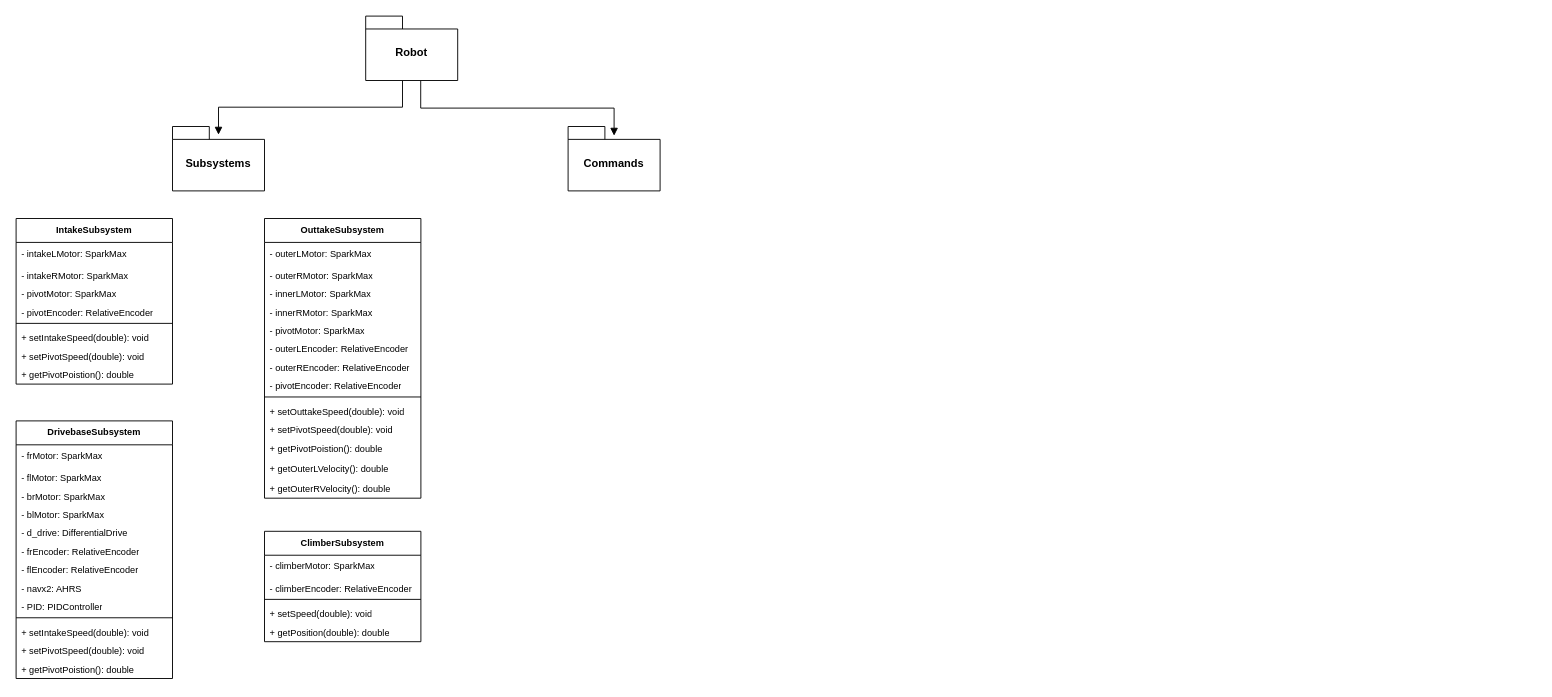
This is UML.drawio from lionbots/frc-2025, a draw.io file, before an edit. Source tidied: cells renumbered, new cells numbered last; positions are measured from the earlier drawing's top-left corner, leaving out a move shared by most shapes. Both pictures are drawn from the tidied source at 92%, with x=0, y=0 at pixel (16, 16).
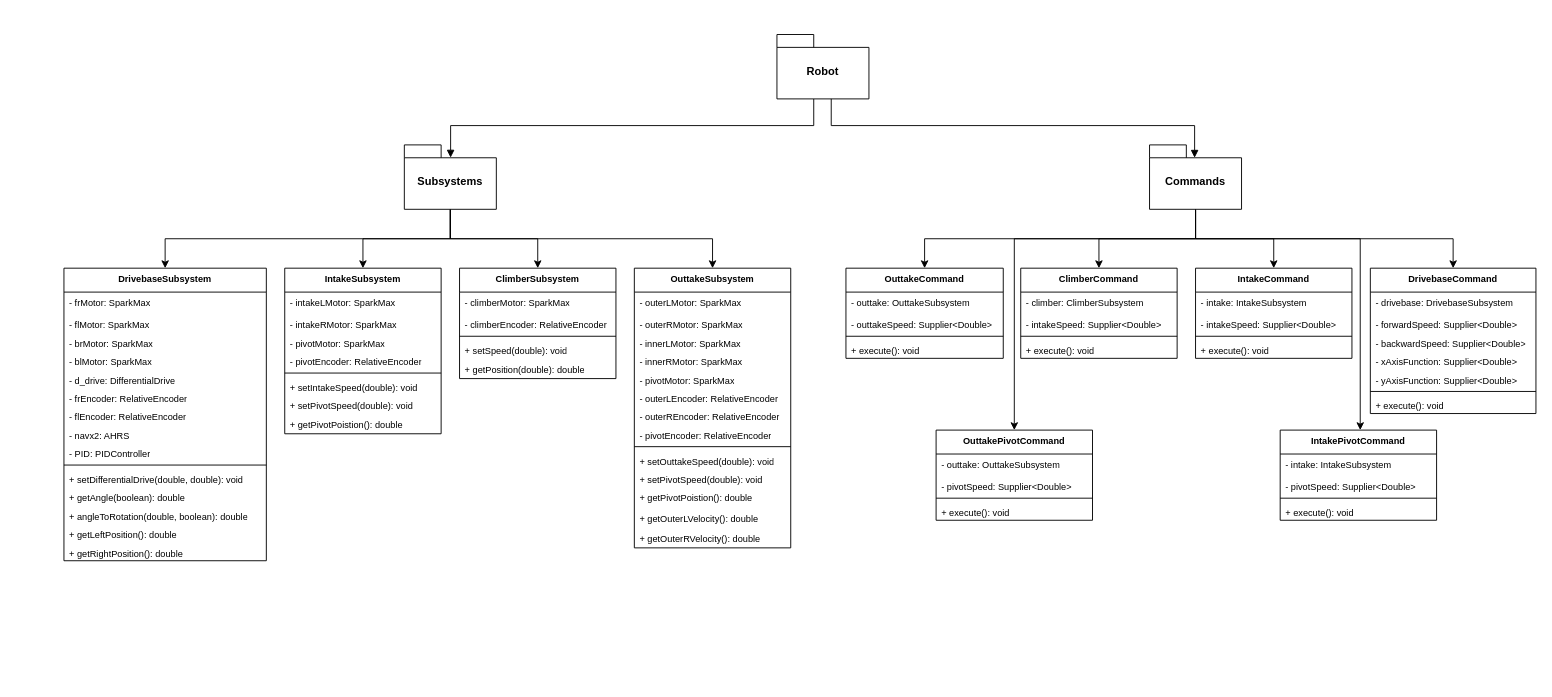
Above is the later version.

Commit message:
Update UML with lots of stuff

Diff of the diagram source:
```diff
@@
-    <mxCell id="2" style="endArrow=block;endFill=1;html=1;edgeStyle=orthogonalEdgeStyle;align=left;verticalAlign=top;rounded=0;exitX=0.623;exitY=1.002;exitDx=0;exitDy=0;exitPerimeter=0;" parent="1" edge="1">
-      <mxGeometry x="-1" relative="1" as="geometry">
-        <mxPoint x="439.8" y="70.1" as="sourcePoint" />
-        <mxPoint x="650" y="130" as="targetPoint" />
-        <Array as="points">
-          <mxPoint x="440" y="100" />
-          <mxPoint x="650" y="100" />
-          <mxPoint x="650" y="130" />
-        </Array>
-      </mxGeometry>
-    </mxCell>
-    <mxCell id="3" style="endArrow=block;endFill=1;html=1;edgeStyle=orthogonalEdgeStyle;align=left;verticalAlign=top;rounded=0;" parent="1" edge="1">
+    <mxCell id="3" style="endArrow=block;endFill=1;html=1;edgeStyle=orthogonalEdgeStyle;align=left;verticalAlign=top;rounded=0;entryX=0.503;entryY=0.198;entryDx=0;entryDy=0;entryPerimeter=0;" parent="1" edge="1" target="4">
       <mxGeometry x="-1" relative="1" as="geometry">
-        <mxPoint x="420" y="70" as="sourcePoint" />
-        <mxPoint x="220" y="128.9" as="targetPoint" />
+        <mxPoint x="867" y="90" as="sourcePoint" />
         <Array as="points">
-          <mxPoint x="420" y="70" />
-          <mxPoint x="420" y="99" />
-          <mxPoint x="220" y="99" />
+          <mxPoint x="867" y="119" />
+          <mxPoint x="472" y="119" />
         </Array>
       </mxGeometry>
     </mxCell>
+    <mxCell id="51" style="edgeStyle=orthogonalEdgeStyle;rounded=0;jettySize=auto;html=1;exitX=0.5;exitY=1;exitDx=0;exitDy=0;exitPerimeter=0;" parent="1" edge="1" source="4" target="37">
+      <mxGeometry relative="1" as="geometry" />
+    </mxCell>
+    <mxCell id="52" style="edgeStyle=orthogonalEdgeStyle;rounded=0;jettySize=auto;html=1;entryX=0.5;entryY=0;entryDx=0;entryDy=0;" parent="1" edge="1" source="4" target="5">
+      <mxGeometry relative="1" as="geometry" />
+    </mxCell>
+    <mxCell id="53" style="edgeStyle=orthogonalEdgeStyle;rounded=0;jettySize=auto;html=1;entryX=0.5;entryY=0;entryDx=0;entryDy=0;" parent="1" edge="1" source="4" target="31">
+      <mxGeometry relative="1" as="geometry" />
+    </mxCell>
+    <mxCell id="54" style="edgeStyle=orthogonalEdgeStyle;rounded=0;jettySize=auto;html=1;exitX=0.5;exitY=1;exitDx=0;exitDy=0;exitPerimeter=0;" parent="1" edge="1" source="4" target="16">
+      <mxGeometry relative="1" as="geometry" />
+    </mxCell>
     <mxCell id="4" value="Subsystems" style="shape=folder;fontStyle=1;spacingTop=10;tabWidth=40;tabHeight=14;tabPosition=left;html=1;whiteSpace=wrap;" parent="1" vertex="1">
-      <mxGeometry x="170" y="120" width="100" height="70" as="geometry" />
+      <mxGeometry x="422" y="140" width="100" height="70" as="geometry" />
     </mxCell>
     <mxCell id="5" value="IntakeSubsystem" style="swimlane;fontStyle=1;align=center;verticalAlign=top;horizontal=1;startSize=26;whiteSpace=wrap;html=1;fontSize=10;" parent="1" vertex="1">
-      <mxGeometry y="220" width="170" height="180" as="geometry" />
+      <mxGeometry x="292" y="274" width="170" height="180" as="geometry" />
     </mxCell>
@@
+    <mxCell id="55" style="edgeStyle=orthogonalEdgeStyle;rounded=0;jettySize=auto;html=1;entryX=0.5;entryY=0;entryDx=0;entryDy=0;exitX=0.5;exitY=1;exitDx=0;exitDy=0;exitPerimeter=0;" parent="1" edge="1" source="14" target="65">
+      <mxGeometry relative="1" as="geometry" />
+    </mxCell>
+    <mxCell id="56" style="edgeStyle=orthogonalEdgeStyle;rounded=0;jettySize=auto;html=1;" parent="1" edge="1" source="14" target="71">
+      <mxGeometry relative="1" as="geometry" />
+    </mxCell>
+    <mxCell id="57" style="edgeStyle=orthogonalEdgeStyle;rounded=0;jettySize=auto;html=1;" parent="1" edge="1" source="14" target="76">
+      <mxGeometry relative="1" as="geometry" />
+    </mxCell>
+    <mxCell id="58" style="edgeStyle=orthogonalEdgeStyle;rounded=0;jettySize=auto;html=1;entryX=0.5;entryY=0;entryDx=0;entryDy=0;exitX=0.5;exitY=1;exitDx=0;exitDy=0;exitPerimeter=0;" parent="1" edge="1" source="14" target="81">
+      <mxGeometry relative="1" as="geometry" />
+    </mxCell>
+    <mxCell id="59" style="edgeStyle=orthogonalEdgeStyle;rounded=0;jettySize=auto;html=1;entryX=0.5;entryY=0;entryDx=0;entryDy=0;exitX=0.5;exitY=1;exitDx=0;exitDy=0;exitPerimeter=0;" parent="1" edge="1" target="89">
+      <mxGeometry relative="1" as="geometry">
+        <mxPoint x="1282" y="212" as="sourcePoint" />
+        <Array as="points">
+          <mxPoint x="1282" y="242" />
+          <mxPoint x="1085" y="242" />
+        </Array>
+      </mxGeometry>
+    </mxCell>
+    <mxCell id="60" style="edgeStyle=orthogonalEdgeStyle;rounded=0;jettySize=auto;html=1;exitX=0.5;exitY=1;exitDx=0;exitDy=0;exitPerimeter=0;" parent="1" edge="1" source="14">
+      <mxGeometry relative="1" as="geometry">
+        <mxPoint x="1461" y="450" as="targetPoint" />
+        <Array as="points">
+          <mxPoint x="1282" y="242" />
+          <mxPoint x="1461" y="242" />
+        </Array>
+      </mxGeometry>
+    </mxCell>
     <mxCell id="14" value="Commands" style="shape=folder;fontStyle=1;spacingTop=10;tabWidth=40;tabHeight=14;tabPosition=left;html=1;whiteSpace=wrap;" parent="1" vertex="1">
-      <mxGeometry x="600" y="120" width="100" height="70" as="geometry" />
+      <mxGeometry x="1232" y="140" width="100" height="70" as="geometry" />
     </mxCell>
     <mxCell id="15" value="Robot" style="shape=folder;fontStyle=1;spacingTop=10;tabWidth=40;tabHeight=14;tabPosition=left;html=1;whiteSpace=wrap;" parent="1" vertex="1">
-      <mxGeometry x="380" width="100" height="70" as="geometry" />
+      <mxGeometry x="827" y="20" width="100" height="70" as="geometry" />
     </mxCell>
     <mxCell id="16" value="OuttakeSubsystem" style="swimlane;fontStyle=1;align=center;verticalAlign=top;horizontal=1;startSize=26;whiteSpace=wrap;html=1;fontSize=10;" parent="1" vertex="1">
-      <mxGeometry x="270" y="220" width="170" height="304" as="geometry" />
+      <mxGeometry x="672" y="274" width="170" height="304" as="geometry" />
     </mxCell>
@@
     <mxCell id="31" value="ClimberSubsystem" style="swimlane;fontStyle=1;align=center;verticalAlign=top;horizontal=1;startSize=26;whiteSpace=wrap;html=1;fontSize=10;" parent="1" vertex="1">
-      <mxGeometry x="270" y="560" width="170" height="120" as="geometry" />
+      <mxGeometry x="482" y="274" width="170" height="120" as="geometry" />
     </mxCell>
@@
     <mxCell id="37" value="DrivebaseSubsystem" style="swimlane;fontStyle=1;align=center;verticalAlign=top;horizontal=1;startSize=26;whiteSpace=wrap;html=1;fontSize=10;" parent="1" vertex="1">
-      <mxGeometry y="440" width="170" height="280" as="geometry" />
+      <mxGeometry x="52" y="274" width="220" height="318" as="geometry" />
     </mxCell>
     <mxCell id="38" value="- frMotor: SparkMax" style="text;strokeColor=none;fillColor=none;align=left;verticalAlign=top;spacingLeft=4;spacingRight=4;overflow=hidden;whiteSpace=wrap;html=1;fontSize=10;" parent="37" vertex="1">
-      <mxGeometry y="26" width="170" height="24" as="geometry" />
+      <mxGeometry y="26" width="220" height="24" as="geometry" />
     </mxCell>
     <mxCell id="39" value="- flMotor: SparkMax" style="text;strokeColor=none;fillColor=none;align=left;verticalAlign=top;spacingLeft=4;spacingRight=4;overflow=hidden;whiteSpace=wrap;html=1;fontSize=10;" parent="37" vertex="1">
-      <mxGeometry y="50" width="170" height="20" as="geometry" />
+      <mxGeometry y="50" width="220" height="20" as="geometry" />
     </mxCell>
     <mxCell id="40" value="- brMotor: SparkMax" style="text;strokeColor=none;fillColor=none;align=left;verticalAlign=top;spacingLeft=4;spacingRight=4;overflow=hidden;whiteSpace=wrap;html=1;fontSize=10;" parent="37" vertex="1">
-      <mxGeometry y="70" width="170" height="20" as="geometry" />
+      <mxGeometry y="70" width="220" height="20" as="geometry" />
     </mxCell>
     <mxCell id="41" value="- blMotor: SparkMax" style="text;strokeColor=none;fillColor=none;align=left;verticalAlign=top;spacingLeft=4;spacingRight=4;overflow=hidden;whiteSpace=wrap;html=1;fontSize=10;" parent="37" vertex="1">
-      <mxGeometry y="90" width="170" height="20" as="geometry" />
+      <mxGeometry y="90" width="220" height="20" as="geometry" />
     </mxCell>
     <mxCell id="42" value="- d_drive: DifferentialDrive" style="text;strokeColor=none;fillColor=none;align=left;verticalAlign=top;spacingLeft=4;spacingRight=4;overflow=hidden;whiteSpace=wrap;html=1;fontSize=10;" parent="37" vertex="1">
-      <mxGeometry y="110" width="170" height="20" as="geometry" />
+      <mxGeometry y="110" width="220" height="20" as="geometry" />
     </mxCell>
     <mxCell id="43" value="- frEncoder: RelativeEncoder" style="text;strokeColor=none;fillColor=none;align=left;verticalAlign=top;spacingLeft=4;spacingRight=4;overflow=hidden;whiteSpace=wrap;html=1;fontSize=10;" parent="37" vertex="1">
-      <mxGeometry y="130" width="170" height="20" as="geometry" />
+      <mxGeometry y="130" width="220" height="20" as="geometry" />
     </mxCell>
     <mxCell id="44" value="- flEncoder: RelativeEncoder" style="text;strokeColor=none;fillColor=none;align=left;verticalAlign=top;spacingLeft=4;spacingRight=4;overflow=hidden;whiteSpace=wrap;html=1;fontSize=10;" parent="37" vertex="1">
-      <mxGeometry y="150" width="170" height="20" as="geometry" />
+      <mxGeometry y="150" width="220" height="20" as="geometry" />
     </mxCell>
     <mxCell id="45" value="- navx2: AHRS" style="text;strokeColor=none;fillColor=none;align=left;verticalAlign=top;spacingLeft=4;spacingRight=4;overflow=hidden;whiteSpace=wrap;html=1;fontSize=10;" parent="37" vertex="1">
-      <mxGeometry y="170" width="170" height="20" as="geometry" />
+      <mxGeometry y="170" width="220" height="20" as="geometry" />
     </mxCell>
     <mxCell id="46" value="- PID: PIDController" style="text;strokeColor=none;fillColor=none;align=left;verticalAlign=top;spacingLeft=4;spacingRight=4;overflow=hidden;whiteSpace=wrap;html=1;fontSize=10;" parent="37" vertex="1">
-      <mxGeometry y="190" width="170" height="20" as="geometry" />
+      <mxGeometry y="190" width="220" height="20" as="geometry" />
     </mxCell>
     <mxCell id="47" style="line;strokeWidth=1;fillColor=none;align=left;verticalAlign=middle;spacingTop=-1;spacingLeft=3;spacingRight=3;labelPosition=right;strokeColor=inherit;" parent="37" vertex="1">
-      <mxGeometry y="210" width="170" height="8" as="geometry" />
+      <mxGeometry y="210" width="220" height="8" as="geometry" />
     </mxCell>
-    <mxCell id="48" value="+ setIntakeSpeed(double): void" style="text;strokeColor=none;fillColor=none;align=left;verticalAlign=top;spacingLeft=4;spacingRight=4;overflow=hidden;whiteSpace=wrap;html=1;fontSize=10;" parent="37" vertex="1">
-      <mxGeometry y="218" width="170" height="20" as="geometry" />
-    </mxCell>
+    <mxCell id="61" value="+ setDifferentialDrive(double, double): void&lt;div&gt;&lt;br&gt;&lt;/div&gt;" style="text;strokeColor=none;fillColor=none;align=left;verticalAlign=top;spacingLeft=4;spacingRight=4;overflow=hidden;whiteSpace=wrap;html=1;fontSize=10;" parent="37" vertex="1">
+      <mxGeometry y="218" width="220" height="20" as="geometry" />
+    </mxCell>
+    <mxCell id="62" value="+ getAngle(boolean): double&lt;div&gt;&lt;br&gt;&lt;/div&gt;" style="text;strokeColor=none;fillColor=none;align=left;verticalAlign=top;spacingLeft=4;spacingRight=4;overflow=hidden;whiteSpace=wrap;html=1;fontSize=10;" parent="37" vertex="1">
+      <mxGeometry y="238" width="220" height="20" as="geometry" />
+    </mxCell>
+    <mxCell id="63" value="&lt;div&gt;+ angleToRotation(double, boolean): double&lt;/div&gt;" style="text;strokeColor=none;fillColor=none;align=left;verticalAlign=top;spacingLeft=4;spacingRight=4;overflow=hidden;whiteSpace=wrap;html=1;fontSize=10;" parent="37" vertex="1">
+      <mxGeometry y="258" width="220" height="20" as="geometry" />
+    </mxCell>
+    <mxCell id="64" value="&lt;div&gt;+ getLeftPosition(): double&lt;/div&gt;" style="text;strokeColor=none;fillColor=none;align=left;verticalAlign=top;spacingLeft=4;spacingRight=4;overflow=hidden;whiteSpace=wrap;html=1;fontSize=10;" parent="37" vertex="1">
+      <mxGeometry y="278" width="220" height="20" as="geometry" />
+    </mxCell>
-    <mxCell id="49" value="+ setPivotSpeed(double): void" style="text;strokeColor=none;fillColor=none;align=left;verticalAlign=top;spacingLeft=4;spacingRight=4;overflow=hidden;whiteSpace=wrap;html=1;fontSize=10;" parent="37" vertex="1">
-      <mxGeometry y="238" width="170" height="20" as="geometry" />
+    <mxCell id="49" value="&lt;div&gt;+ getRightPosition(): double&lt;/div&gt;" style="text;strokeColor=none;fillColor=none;align=left;verticalAlign=top;spacingLeft=4;spacingRight=4;overflow=hidden;whiteSpace=wrap;html=1;fontSize=10;" parent="37" vertex="1">
+      <mxGeometry y="298" width="220" height="20" as="geometry" />
     </mxCell>
-    <mxCell id="50" value="+ getPivotPoistion(): double" style="text;strokeColor=none;fillColor=none;align=left;verticalAlign=top;spacingLeft=4;spacingRight=4;overflow=hidden;whiteSpace=wrap;html=1;fontSize=10;" parent="37" vertex="1">
-      <mxGeometry y="258" width="170" height="22" as="geometry" />
-    </mxCell>
+    <mxCell id="65" value="OuttakeCommand" style="swimlane;fontStyle=1;align=center;verticalAlign=top;horizontal=1;startSize=26;whiteSpace=wrap;html=1;fontSize=10;" parent="1" vertex="1">
+      <mxGeometry x="902" y="274" width="171" height="98" as="geometry" />
+    </mxCell>
+    <mxCell id="66" value="- outtake: OuttakeSubsystem" style="text;strokeColor=none;fillColor=none;align=left;verticalAlign=top;spacingLeft=4;spacingRight=4;overflow=hidden;whiteSpace=wrap;html=1;fontSize=10;" parent="65" vertex="1">
+      <mxGeometry y="26" width="171" height="24" as="geometry" />
+    </mxCell>
+    <mxCell id="67" value="- outtakeSpeed: Supplier&amp;lt;Double&amp;gt;" style="text;strokeColor=none;fillColor=none;align=left;verticalAlign=top;spacingLeft=4;spacingRight=4;overflow=hidden;whiteSpace=wrap;html=1;fontSize=10;" parent="65" vertex="1">
+      <mxGeometry y="50" width="171" height="20" as="geometry" />
+    </mxCell>
+    <mxCell id="68" style="line;strokeWidth=1;fillColor=none;align=left;verticalAlign=middle;spacingTop=-1;spacingLeft=3;spacingRight=3;labelPosition=right;strokeColor=inherit;" parent="65" vertex="1">
+      <mxGeometry y="70" width="171" height="8" as="geometry" />
+    </mxCell>
+    <mxCell id="69" value="+ execute(): void" style="text;strokeColor=none;fillColor=none;align=left;verticalAlign=top;spacingLeft=4;spacingRight=4;overflow=hidden;whiteSpace=wrap;html=1;fontSize=10;" parent="65" vertex="1">
+      <mxGeometry y="78" width="171" height="20" as="geometry" />
+    </mxCell>
+    <mxCell id="70" style="endArrow=block;endFill=1;html=1;edgeStyle=orthogonalEdgeStyle;align=left;verticalAlign=top;rounded=0;entryX=0.503;entryY=0.198;entryDx=0;entryDy=0;entryPerimeter=0;" parent="1" edge="1">
+      <mxGeometry x="-1" relative="1" as="geometry">
+        <mxPoint x="886" y="90" as="sourcePoint" />
+        <mxPoint x="1281" y="154" as="targetPoint" />
+        <Array as="points">
+          <mxPoint x="886" y="119" />
+          <mxPoint x="1281" y="119" />
+        </Array>
+      </mxGeometry>
+    </mxCell>
+    <mxCell id="71" value="ClimberCommand" style="swimlane;fontStyle=1;align=center;verticalAlign=top;horizontal=1;startSize=26;whiteSpace=wrap;html=1;fontSize=10;" parent="1" vertex="1">
+      <mxGeometry x="1092" y="274" width="170" height="98" as="geometry" />
+    </mxCell>
+    <mxCell id="72" value="- climber: ClimberSubsystem" style="text;strokeColor=none;fillColor=none;align=left;verticalAlign=top;spacingLeft=4;spacingRight=4;overflow=hidden;whiteSpace=wrap;html=1;fontSize=10;" parent="71" vertex="1">
+      <mxGeometry y="26" width="170" height="24" as="geometry" />
+    </mxCell>
+    <mxCell id="73" value="- intakeSpeed: Supplier&amp;lt;Double&amp;gt;" style="text;strokeColor=none;fillColor=none;align=left;verticalAlign=top;spacingLeft=4;spacingRight=4;overflow=hidden;whiteSpace=wrap;html=1;fontSize=10;" parent="71" vertex="1">
+      <mxGeometry y="50" width="170" height="20" as="geometry" />
+    </mxCell>
+    <mxCell id="74" style="line;strokeWidth=1;fillColor=none;align=left;verticalAlign=middle;spacingTop=-1;spacingLeft=3;spacingRight=3;labelPosition=right;strokeColor=inherit;" parent="71" vertex="1">
+      <mxGeometry y="70" width="170" height="8" as="geometry" />
+    </mxCell>
+    <mxCell id="75" value="+ execute(): void" style="text;strokeColor=none;fillColor=none;align=left;verticalAlign=top;spacingLeft=4;spacingRight=4;overflow=hidden;whiteSpace=wrap;html=1;fontSize=10;" parent="71" vertex="1">
+      <mxGeometry y="78" width="170" height="20" as="geometry" />
+    </mxCell>
+    <mxCell id="76" value="IntakeCommand" style="swimlane;fontStyle=1;align=center;verticalAlign=top;horizontal=1;startSize=26;whiteSpace=wrap;html=1;fontSize=10;" parent="1" vertex="1">
+      <mxGeometry x="1282" y="274" width="170" height="98" as="geometry" />
+    </mxCell>
+    <mxCell id="77" value="- intake: IntakeSubsystem" style="text;strokeColor=none;fillColor=none;align=left;verticalAlign=top;spacingLeft=4;spacingRight=4;overflow=hidden;whiteSpace=wrap;html=1;fontSize=10;" parent="76" vertex="1">
+      <mxGeometry y="26" width="170" height="24" as="geometry" />
+    </mxCell>
+    <mxCell id="78" value="- intakeSpeed: Supplier&amp;lt;Double&amp;gt;" style="text;strokeColor=none;fillColor=none;align=left;verticalAlign=top;spacingLeft=4;spacingRight=4;overflow=hidden;whiteSpace=wrap;html=1;fontSize=10;" parent="76" vertex="1">
+      <mxGeometry y="50" width="170" height="20" as="geometry" />
+    </mxCell>
+    <mxCell id="79" style="line;strokeWidth=1;fillColor=none;align=left;verticalAlign=middle;spacingTop=-1;spacingLeft=3;spacingRight=3;labelPosition=right;strokeColor=inherit;" parent="76" vertex="1">
+      <mxGeometry y="70" width="170" height="8" as="geometry" />
+    </mxCell>
+    <mxCell id="80" value="+ execute(): void" style="text;strokeColor=none;fillColor=none;align=left;verticalAlign=top;spacingLeft=4;spacingRight=4;overflow=hidden;whiteSpace=wrap;html=1;fontSize=10;" parent="76" vertex="1">
+      <mxGeometry y="78" width="170" height="20" as="geometry" />
+    </mxCell>
+    <mxCell id="81" value="DrivebaseCommand" style="swimlane;fontStyle=1;align=center;verticalAlign=top;horizontal=1;startSize=26;whiteSpace=wrap;html=1;fontSize=10;" parent="1" vertex="1">
+      <mxGeometry x="1472" y="274" width="180" height="158" as="geometry" />
+    </mxCell>
+    <mxCell id="82" value="- drivebase: DrivebaseSubsystem" style="text;strokeColor=none;fillColor=none;align=left;verticalAlign=top;spacingLeft=4;spacingRight=4;overflow=hidden;whiteSpace=wrap;html=1;fontSize=10;" parent="81" vertex="1">
+      <mxGeometry y="26" width="180" height="24" as="geometry" />
+    </mxCell>
+    <mxCell id="83" value="- forwardSpeed: Supplier&amp;lt;Double&amp;gt;" style="text;strokeColor=none;fillColor=none;align=left;verticalAlign=top;spacingLeft=4;spacingRight=4;overflow=hidden;whiteSpace=wrap;html=1;fontSize=10;" parent="81" vertex="1">
+      <mxGeometry y="50" width="180" height="20" as="geometry" />
+    </mxCell>
+    <mxCell id="84" value="- backwardSpeed: Supplier&amp;lt;Double&amp;gt;" style="text;strokeColor=none;fillColor=none;align=left;verticalAlign=top;spacingLeft=4;spacingRight=4;overflow=hidden;whiteSpace=wrap;html=1;fontSize=10;" parent="81" vertex="1">
+      <mxGeometry y="70" width="180" height="20" as="geometry" />
+    </mxCell>
+    <mxCell id="85" value="-&amp;nbsp;xAxisFunction: Supplier&amp;lt;Double&amp;gt;" style="text;strokeColor=none;fillColor=none;align=left;verticalAlign=top;spacingLeft=4;spacingRight=4;overflow=hidden;whiteSpace=wrap;html=1;fontSize=10;" parent="81" vertex="1">
+      <mxGeometry y="90" width="180" height="20" as="geometry" />
+    </mxCell>
+    <mxCell id="86" value="- yAxisFunction: Supplier&amp;lt;Double&amp;gt;" style="text;strokeColor=none;fillColor=none;align=left;verticalAlign=top;spacingLeft=4;spacingRight=4;overflow=hidden;whiteSpace=wrap;html=1;fontSize=10;" parent="81" vertex="1">
+      <mxGeometry y="110" width="180" height="20" as="geometry" />
+    </mxCell>
+    <mxCell id="87" style="line;strokeWidth=1;fillColor=none;align=left;verticalAlign=middle;spacingTop=-1;spacingLeft=3;spacingRight=3;labelPosition=right;strokeColor=inherit;" parent="81" vertex="1">
+      <mxGeometry y="130" width="180" height="8" as="geometry" />
+    </mxCell>
+    <mxCell id="88" value="+ execute(): void" style="text;strokeColor=none;fillColor=none;align=left;verticalAlign=top;spacingLeft=4;spacingRight=4;overflow=hidden;whiteSpace=wrap;html=1;fontSize=10;" parent="81" vertex="1">
+      <mxGeometry y="138" width="180" height="20" as="geometry" />
+    </mxCell>
+    <mxCell id="89" value="OuttakePivotCommand" style="swimlane;fontStyle=1;align=center;verticalAlign=top;horizontal=1;startSize=26;whiteSpace=wrap;html=1;fontSize=10;" parent="1" vertex="1">
+      <mxGeometry x="1000" y="450" width="170" height="98" as="geometry" />
+    </mxCell>
+    <mxCell id="90" value="- outtake: OuttakeSubsystem" style="text;strokeColor=none;fillColor=none;align=left;verticalAlign=top;spacingLeft=4;spacingRight=4;overflow=hidden;whiteSpace=wrap;html=1;fontSize=10;" parent="89" vertex="1">
+      <mxGeometry y="26" width="170" height="24" as="geometry" />
+    </mxCell>
+    <mxCell id="91" value="- pivotSpeed: Supplier&amp;lt;Double&amp;gt;" style="text;strokeColor=none;fillColor=none;align=left;verticalAlign=top;spacingLeft=4;spacingRight=4;overflow=hidden;whiteSpace=wrap;html=1;fontSize=10;" parent="89" vertex="1">
+      <mxGeometry y="50" width="170" height="20" as="geometry" />
+    </mxCell>
+    <mxCell id="92" style="line;strokeWidth=1;fillColor=none;align=left;verticalAlign=middle;spacingTop=-1;spacingLeft=3;spacingRight=3;labelPosition=right;strokeColor=inherit;" parent="89" vertex="1">
+      <mxGeometry y="70" width="170" height="8" as="geometry" />
+    </mxCell>
+    <mxCell id="93" value="+ execute(): void" style="text;strokeColor=none;fillColor=none;align=left;verticalAlign=top;spacingLeft=4;spacingRight=4;overflow=hidden;whiteSpace=wrap;html=1;fontSize=10;" parent="89" vertex="1">
+      <mxGeometry y="78" width="170" height="20" as="geometry" />
+    </mxCell>
+    <mxCell id="94" value="IntakePivotCommand" style="swimlane;fontStyle=1;align=center;verticalAlign=top;horizontal=1;startSize=26;whiteSpace=wrap;html=1;fontSize=10;" parent="1" vertex="1">
+      <mxGeometry x="1374" y="450" width="170" height="98" as="geometry" />
+    </mxCell>
+    <mxCell id="95" value="- intake: IntakeSubsystem" style="text;strokeColor=none;fillColor=none;align=left;verticalAlign=top;spacingLeft=4;spacingRight=4;overflow=hidden;whiteSpace=wrap;html=1;fontSize=10;" parent="94" vertex="1">
+      <mxGeometry y="26" width="170" height="24" as="geometry" />
+    </mxCell>
+    <mxCell id="96" value="- pivotSpeed: Supplier&amp;lt;Double&amp;gt;" style="text;strokeColor=none;fillColor=none;align=left;verticalAlign=top;spacingLeft=4;spacingRight=4;overflow=hidden;whiteSpace=wrap;html=1;fontSize=10;" parent="94" vertex="1">
+      <mxGeometry y="50" width="170" height="20" as="geometry" />
+    </mxCell>
+    <mxCell id="97" style="line;strokeWidth=1;fillColor=none;align=left;verticalAlign=middle;spacingTop=-1;spacingLeft=3;spacingRight=3;labelPosition=right;strokeColor=inherit;" parent="94" vertex="1">
+      <mxGeometry y="70" width="170" height="8" as="geometry" />
+    </mxCell>
+    <mxCell id="98" value="+ execute(): void" style="text;strokeColor=none;fillColor=none;align=left;verticalAlign=top;spacingLeft=4;spacingRight=4;overflow=hidden;whiteSpace=wrap;html=1;fontSize=10;" parent="94" vertex="1">
+      <mxGeometry y="78" width="170" height="20" as="geometry" />
+    </mxCell>
```
